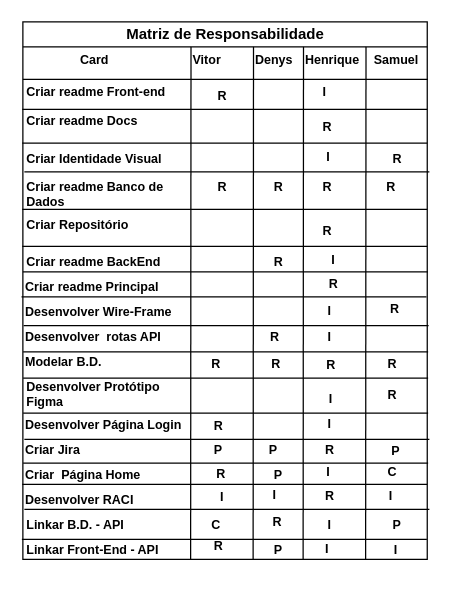
The draw.io diagram Documentation/Raci.drawio in HenriqueDeFraiaPaschoal/Projeto_Integrador_III, before the edit. Source tidied: cells renumbered, new cells numbered last; positions are measured from the earlier drawing's top-left corner, leaving out a move shared by most shapes. Both pictures are drawn from the tidied source at 125%, with x=0, y=0 at pixel (21, 21).
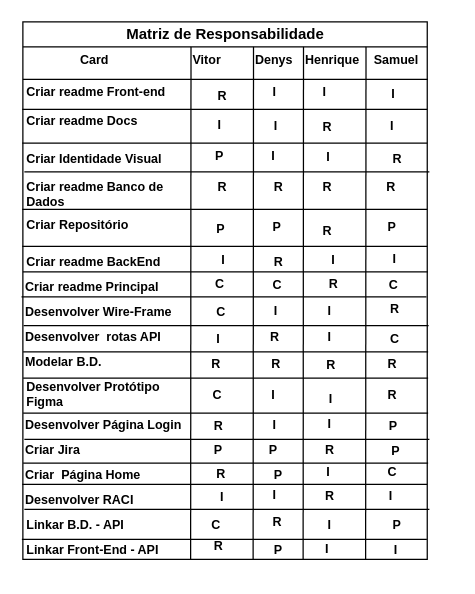
The same diagram, later.

Commit message:
<CHORE>[Updated RACI Table]: Updated Raci on changes ongoing about next responsabilities.

The change refers to these unchanged cells:
```xml
<mxCell id="2" value="&lt;font color=&quot;#000000&quot;&gt;Matriz de Responsabilidade&lt;/font&gt;" style="swimlane;whiteSpace=wrap;html=1;rotation=0;startSize=20;labelBackgroundColor=none;swimlaneFillColor=default;fillColor=default;" parent="1" vertex="1">
  <mxGeometry x="0.8" width="323.5" height="430" as="geometry" />
</mxCell>
```

Change to the diagram source:
```diff
@@
+    <mxCell id="91" value="&lt;span style=&quot;font-family: Helvetica; font-size: 10px; font-style: normal; font-variant-ligatures: normal; font-variant-caps: normal; font-weight: 700; letter-spacing: normal; orphans: 2; text-align: center; text-indent: 0px; text-transform: none; widows: 2; word-spacing: 0px; -webkit-text-stroke-width: 0px; text-decoration-thickness: initial; text-decoration-style: initial; text-decoration-color: initial; float: none; display: inline !important;&quot;&gt;P&lt;br style=&quot;font-size: 10px;&quot;&gt;&lt;/span&gt;" style="text;whiteSpace=wrap;html=1;rotation=0;fontSize=10;labelBackgroundColor=none;fillColor=none;" parent="2" vertex="1">
+      <mxGeometry x="153.2" y="153" width="15" height="20" as="geometry" />
+    </mxCell>
@@
+    <mxCell id="92" value="&lt;span style=&quot;font-family: Helvetica; font-size: 10px; font-style: normal; font-variant-ligatures: normal; font-variant-caps: normal; font-weight: 700; letter-spacing: normal; orphans: 2; text-align: center; text-indent: 0px; text-transform: none; widows: 2; word-spacing: 0px; -webkit-text-stroke-width: 0px; text-decoration-thickness: initial; text-decoration-style: initial; text-decoration-color: initial; float: none; display: inline !important;&quot;&gt;P&lt;br style=&quot;font-size: 10px;&quot;&gt;&lt;/span&gt;" style="text;whiteSpace=wrap;html=1;rotation=0;fontSize=10;labelBackgroundColor=none;fillColor=none;" parent="1" vertex="1">
+      <mxGeometry x="292" y="311" width="15" height="20" as="geometry" />
+    </mxCell>
+    <mxCell id="93" value="&lt;span style=&quot;font-family: Helvetica; font-size: 10px; font-style: normal; font-variant-ligatures: normal; font-variant-caps: normal; font-weight: 700; letter-spacing: normal; orphans: 2; text-align: center; text-indent: 0px; text-transform: none; widows: 2; word-spacing: 0px; -webkit-text-stroke-width: 0px; text-decoration-thickness: initial; text-decoration-style: initial; text-decoration-color: initial; float: none; display: inline !important;&quot;&gt;I&lt;br style=&quot;font-size: 10px;&quot;&gt;&lt;/span&gt;" style="text;whiteSpace=wrap;html=1;rotation=0;fontSize=10;labelBackgroundColor=none;fillColor=none;" parent="1" vertex="1">
+      <mxGeometry x="199" y="310" width="15" height="20" as="geometry" />
+    </mxCell>
+    <mxCell id="94" value="&lt;span style=&quot;font-family: Helvetica; font-size: 10px; font-style: normal; font-variant-ligatures: normal; font-variant-caps: normal; font-weight: 700; letter-spacing: normal; orphans: 2; text-align: center; text-indent: 0px; text-transform: none; widows: 2; word-spacing: 0px; -webkit-text-stroke-width: 0px; text-decoration-thickness: initial; text-decoration-style: initial; text-decoration-color: initial; float: none; display: inline !important;&quot;&gt;I&lt;br style=&quot;font-size: 10px;&quot;&gt;&lt;/span&gt;" style="text;whiteSpace=wrap;html=1;rotation=0;fontSize=10;labelBackgroundColor=none;fillColor=none;" parent="1" vertex="1">
+      <mxGeometry x="198" y="286" width="15" height="20" as="geometry" />
+    </mxCell>
+    <mxCell id="95" value="&lt;span style=&quot;font-family: Helvetica; font-size: 10px; font-style: normal; font-variant-ligatures: normal; font-variant-caps: normal; font-weight: 700; letter-spacing: normal; orphans: 2; text-align: center; text-indent: 0px; text-transform: none; widows: 2; word-spacing: 0px; -webkit-text-stroke-width: 0px; text-decoration-thickness: initial; text-decoration-style: initial; text-decoration-color: initial; float: none; display: inline !important;&quot;&gt;C&lt;br style=&quot;font-size: 10px;&quot;&gt;&lt;/span&gt;" style="text;whiteSpace=wrap;html=1;rotation=0;fontSize=10;labelBackgroundColor=none;fillColor=none;" parent="1" vertex="1">
+      <mxGeometry x="151" y="286" width="15" height="20" as="geometry" />
+    </mxCell>
+    <mxCell id="96" value="&lt;span style=&quot;font-family: Helvetica; font-size: 10px; font-style: normal; font-variant-ligatures: normal; font-variant-caps: normal; font-weight: 700; letter-spacing: normal; orphans: 2; text-align: center; text-indent: 0px; text-transform: none; widows: 2; word-spacing: 0px; -webkit-text-stroke-width: 0px; text-decoration-thickness: initial; text-decoration-style: initial; text-decoration-color: initial; float: none; display: inline !important;&quot;&gt;C&lt;br style=&quot;font-size: 10px;&quot;&gt;&lt;/span&gt;" style="text;whiteSpace=wrap;html=1;rotation=0;fontSize=10;labelBackgroundColor=none;fillColor=none;" parent="1" vertex="1">
+      <mxGeometry x="293" y="241" width="15" height="20" as="geometry" />
+    </mxCell>
+    <mxCell id="97" value="&lt;span style=&quot;font-family: Helvetica; font-size: 10px; font-style: normal; font-variant-ligatures: normal; font-variant-caps: normal; font-weight: 700; letter-spacing: normal; orphans: 2; text-align: center; text-indent: 0px; text-transform: none; widows: 2; word-spacing: 0px; -webkit-text-stroke-width: 0px; text-decoration-thickness: initial; text-decoration-style: initial; text-decoration-color: initial; float: none; display: inline !important;&quot;&gt;I&lt;br style=&quot;font-size: 10px;&quot;&gt;&lt;/span&gt;" style="text;whiteSpace=wrap;html=1;rotation=0;fontSize=10;labelBackgroundColor=none;fillColor=none;" parent="1" vertex="1">
+      <mxGeometry x="154" y="241" width="15" height="20" as="geometry" />
+    </mxCell>
+    <mxCell id="98" value="&lt;span style=&quot;font-family: Helvetica; font-size: 10px; font-style: normal; font-variant-ligatures: normal; font-variant-caps: normal; font-weight: 700; letter-spacing: normal; orphans: 2; text-align: center; text-indent: 0px; text-transform: none; widows: 2; word-spacing: 0px; -webkit-text-stroke-width: 0px; text-decoration-thickness: initial; text-decoration-style: initial; text-decoration-color: initial; float: none; display: inline !important;&quot;&gt;P&lt;br style=&quot;font-size: 10px;&quot;&gt;&lt;/span&gt;" style="text;whiteSpace=wrap;html=1;rotation=0;fontSize=10;labelBackgroundColor=none;fillColor=none;" parent="1" vertex="1">
+      <mxGeometry x="199" y="152" width="15" height="20" as="geometry" />
+    </mxCell>
+    <mxCell id="99" value="&lt;span style=&quot;font-family: Helvetica; font-size: 10px; font-style: normal; font-variant-ligatures: normal; font-variant-caps: normal; font-weight: 700; letter-spacing: normal; orphans: 2; text-align: center; text-indent: 0px; text-transform: none; widows: 2; word-spacing: 0px; -webkit-text-stroke-width: 0px; text-decoration-thickness: initial; text-decoration-style: initial; text-decoration-color: initial; float: none; display: inline !important;&quot;&gt;P&lt;br style=&quot;font-size: 10px;&quot;&gt;&lt;/span&gt;" style="text;whiteSpace=wrap;html=1;rotation=0;fontSize=10;labelBackgroundColor=none;fillColor=none;" parent="1" vertex="1">
+      <mxGeometry x="291" y="152" width="15" height="20" as="geometry" />
+    </mxCell>
+    <mxCell id="100" value="&lt;span style=&quot;font-family: Helvetica; font-size: 10px; font-style: normal; font-variant-ligatures: normal; font-variant-caps: normal; font-weight: 700; letter-spacing: normal; orphans: 2; text-align: center; text-indent: 0px; text-transform: none; widows: 2; word-spacing: 0px; -webkit-text-stroke-width: 0px; text-decoration-thickness: initial; text-decoration-style: initial; text-decoration-color: initial; float: none; display: inline !important;&quot;&gt;C&lt;br style=&quot;font-size: 10px;&quot;&gt;&lt;/span&gt;" style="text;whiteSpace=wrap;html=1;rotation=0;fontSize=10;labelBackgroundColor=none;fillColor=none;" parent="1" vertex="1">
+      <mxGeometry x="153" y="197" width="15" height="20" as="geometry" />
+    </mxCell>
+    <mxCell id="101" value="&lt;span style=&quot;font-family: Helvetica; font-size: 10px; font-style: normal; font-variant-ligatures: normal; font-variant-caps: normal; font-weight: 700; letter-spacing: normal; orphans: 2; text-align: center; text-indent: 0px; text-transform: none; widows: 2; word-spacing: 0px; -webkit-text-stroke-width: 0px; text-decoration-thickness: initial; text-decoration-style: initial; text-decoration-color: initial; float: none; display: inline !important;&quot;&gt;C&lt;br style=&quot;font-size: 10px;&quot;&gt;&lt;/span&gt;" style="text;whiteSpace=wrap;html=1;rotation=0;fontSize=10;labelBackgroundColor=none;fillColor=none;" parent="1" vertex="1">
+      <mxGeometry x="199" y="198" width="15" height="20" as="geometry" />
+    </mxCell>
+    <mxCell id="102" value="&lt;span style=&quot;font-family: Helvetica; font-size: 10px; font-style: normal; font-variant-ligatures: normal; font-variant-caps: normal; font-weight: 700; letter-spacing: normal; orphans: 2; text-align: center; text-indent: 0px; text-transform: none; widows: 2; word-spacing: 0px; -webkit-text-stroke-width: 0px; text-decoration-thickness: initial; text-decoration-style: initial; text-decoration-color: initial; float: none; display: inline !important;&quot;&gt;C&lt;br style=&quot;font-size: 10px;&quot;&gt;&lt;/span&gt;" style="text;whiteSpace=wrap;html=1;rotation=0;fontSize=10;labelBackgroundColor=none;fillColor=none;" parent="1" vertex="1">
+      <mxGeometry x="292" y="198" width="15" height="20" as="geometry" />
+    </mxCell>
+    <mxCell id="103" value="&lt;span style=&quot;font-family: Helvetica; font-size: 10px; font-style: normal; font-variant-ligatures: normal; font-variant-caps: normal; font-weight: 700; letter-spacing: normal; orphans: 2; text-align: center; text-indent: 0px; text-transform: none; widows: 2; word-spacing: 0px; -webkit-text-stroke-width: 0px; text-decoration-thickness: initial; text-decoration-style: initial; text-decoration-color: initial; float: none; display: inline !important;&quot;&gt;C&lt;br style=&quot;font-size: 10px;&quot;&gt;&lt;/span&gt;" style="text;whiteSpace=wrap;html=1;rotation=0;fontSize=10;labelBackgroundColor=none;fillColor=none;" parent="1" vertex="1">
+      <mxGeometry x="154" y="220" width="15" height="20" as="geometry" />
+    </mxCell>
+    <mxCell id="104" value="&lt;span style=&quot;font-family: Helvetica; font-size: 10px; font-style: normal; font-variant-ligatures: normal; font-variant-caps: normal; font-weight: 700; letter-spacing: normal; orphans: 2; text-align: center; text-indent: 0px; text-transform: none; widows: 2; word-spacing: 0px; -webkit-text-stroke-width: 0px; text-decoration-thickness: initial; text-decoration-style: initial; text-decoration-color: initial; float: none; display: inline !important;&quot;&gt;I&lt;br style=&quot;font-size: 10px;&quot;&gt;&lt;/span&gt;" style="text;whiteSpace=wrap;html=1;rotation=0;fontSize=10;labelBackgroundColor=none;fillColor=none;" parent="1" vertex="1">
+      <mxGeometry x="200" y="219" width="15" height="20" as="geometry" />
+    </mxCell>
+    <mxCell id="105" value="&lt;span style=&quot;font-family: Helvetica; font-size: 10px; font-style: normal; font-variant-ligatures: normal; font-variant-caps: normal; font-weight: 700; letter-spacing: normal; orphans: 2; text-align: center; text-indent: 0px; text-transform: none; widows: 2; word-spacing: 0px; -webkit-text-stroke-width: 0px; text-decoration-thickness: initial; text-decoration-style: initial; text-decoration-color: initial; float: none; display: inline !important;&quot;&gt;I&lt;br style=&quot;font-size: 10px;&quot;&gt;&lt;/span&gt;" style="text;whiteSpace=wrap;html=1;rotation=0;fontSize=10;labelBackgroundColor=none;fillColor=none;" parent="1" vertex="1">
+      <mxGeometry x="158" y="178" width="15" height="20" as="geometry" />
+    </mxCell>
+    <mxCell id="106" value="&lt;span style=&quot;font-family: Helvetica; font-size: 10px; font-style: normal; font-variant-ligatures: normal; font-variant-caps: normal; font-weight: 700; letter-spacing: normal; orphans: 2; text-align: center; text-indent: 0px; text-transform: none; widows: 2; word-spacing: 0px; -webkit-text-stroke-width: 0px; text-decoration-thickness: initial; text-decoration-style: initial; text-decoration-color: initial; float: none; display: inline !important;&quot;&gt;I&lt;br style=&quot;font-size: 10px;&quot;&gt;&lt;/span&gt;" style="text;whiteSpace=wrap;html=1;rotation=0;fontSize=10;labelBackgroundColor=none;fillColor=none;" parent="1" vertex="1">
+      <mxGeometry x="295" y="177" width="15" height="20" as="geometry" />
+    </mxCell>
+    <mxCell id="107" value="&lt;span style=&quot;font-family: Helvetica; font-size: 10px; font-style: normal; font-variant-ligatures: normal; font-variant-caps: normal; font-weight: 700; letter-spacing: normal; orphans: 2; text-align: center; text-indent: 0px; text-transform: none; widows: 2; word-spacing: 0px; -webkit-text-stroke-width: 0px; text-decoration-thickness: initial; text-decoration-style: initial; text-decoration-color: initial; float: none; display: inline !important;&quot;&gt;I&lt;br style=&quot;font-size: 10px;&quot;&gt;&lt;/span&gt;" style="text;whiteSpace=wrap;html=1;rotation=0;fontSize=10;labelBackgroundColor=none;fillColor=none;" parent="1" vertex="1">
+      <mxGeometry x="198" y="95" width="15" height="20" as="geometry" />
+    </mxCell>
+    <mxCell id="108" value="&lt;span style=&quot;font-family: Helvetica; font-size: 10px; font-style: normal; font-variant-ligatures: normal; font-variant-caps: normal; font-weight: 700; letter-spacing: normal; orphans: 2; text-align: center; text-indent: 0px; text-transform: none; widows: 2; word-spacing: 0px; -webkit-text-stroke-width: 0px; text-decoration-thickness: initial; text-decoration-style: initial; text-decoration-color: initial; float: none; display: inline !important;&quot;&gt;P&lt;br style=&quot;font-size: 10px;&quot;&gt;&lt;/span&gt;" style="text;whiteSpace=wrap;html=1;rotation=0;fontSize=10;labelBackgroundColor=none;fillColor=none;" parent="1" vertex="1">
+      <mxGeometry x="153" y="95" width="15" height="20" as="geometry" />
+    </mxCell>
+    <mxCell id="109" value="&lt;span style=&quot;font-family: Helvetica; font-size: 10px; font-style: normal; font-variant-ligatures: normal; font-variant-caps: normal; font-weight: 700; letter-spacing: normal; orphans: 2; text-align: center; text-indent: 0px; text-transform: none; widows: 2; word-spacing: 0px; -webkit-text-stroke-width: 0px; text-decoration-thickness: initial; text-decoration-style: initial; text-decoration-color: initial; float: none; display: inline !important;&quot;&gt;I&lt;br style=&quot;font-size: 10px;&quot;&gt;&lt;/span&gt;" style="text;whiteSpace=wrap;html=1;rotation=0;fontSize=10;labelBackgroundColor=none;fillColor=none;" parent="1" vertex="1">
+      <mxGeometry x="155" y="70" width="15" height="20" as="geometry" />
+    </mxCell>
+    <mxCell id="110" value="&lt;span style=&quot;font-family: Helvetica; font-size: 10px; font-style: normal; font-variant-ligatures: normal; font-variant-caps: normal; font-weight: 700; letter-spacing: normal; orphans: 2; text-align: center; text-indent: 0px; text-transform: none; widows: 2; word-spacing: 0px; -webkit-text-stroke-width: 0px; text-decoration-thickness: initial; text-decoration-style: initial; text-decoration-color: initial; float: none; display: inline !important;&quot;&gt;I&lt;br style=&quot;font-size: 10px;&quot;&gt;&lt;/span&gt;" style="text;whiteSpace=wrap;html=1;rotation=0;fontSize=10;labelBackgroundColor=none;fillColor=none;" parent="1" vertex="1">
+      <mxGeometry x="200" y="71" width="15" height="20" as="geometry" />
+    </mxCell>
+    <mxCell id="111" value="&lt;span style=&quot;font-family: Helvetica; font-size: 10px; font-style: normal; font-variant-ligatures: normal; font-variant-caps: normal; font-weight: 700; letter-spacing: normal; orphans: 2; text-align: center; text-indent: 0px; text-transform: none; widows: 2; word-spacing: 0px; -webkit-text-stroke-width: 0px; text-decoration-thickness: initial; text-decoration-style: initial; text-decoration-color: initial; float: none; display: inline !important;&quot;&gt;I&lt;br style=&quot;font-size: 10px;&quot;&gt;&lt;/span&gt;" style="text;whiteSpace=wrap;html=1;rotation=0;fontSize=10;labelBackgroundColor=none;fillColor=none;" parent="1" vertex="1">
+      <mxGeometry x="293" y="71" width="15" height="20" as="geometry" />
+    </mxCell>
+    <mxCell id="112" value="&lt;span style=&quot;font-family: Helvetica; font-size: 10px; font-style: normal; font-variant-ligatures: normal; font-variant-caps: normal; font-weight: 700; letter-spacing: normal; orphans: 2; text-align: center; text-indent: 0px; text-transform: none; widows: 2; word-spacing: 0px; -webkit-text-stroke-width: 0px; text-decoration-thickness: initial; text-decoration-style: initial; text-decoration-color: initial; float: none; display: inline !important;&quot;&gt;I&lt;br style=&quot;font-size: 10px;&quot;&gt;&lt;/span&gt;" style="text;whiteSpace=wrap;html=1;rotation=0;fontSize=10;labelBackgroundColor=none;fillColor=none;" parent="1" vertex="1">
+      <mxGeometry x="294" y="45" width="15" height="20" as="geometry" />
+    </mxCell>
+    <mxCell id="113" value="&lt;span style=&quot;font-family: Helvetica; font-size: 10px; font-style: normal; font-variant-ligatures: normal; font-variant-caps: normal; font-weight: 700; letter-spacing: normal; orphans: 2; text-align: center; text-indent: 0px; text-transform: none; widows: 2; word-spacing: 0px; -webkit-text-stroke-width: 0px; text-decoration-thickness: initial; text-decoration-style: initial; text-decoration-color: initial; float: none; display: inline !important;&quot;&gt;I&lt;br style=&quot;font-size: 10px;&quot;&gt;&lt;/span&gt;" style="text;whiteSpace=wrap;html=1;rotation=0;fontSize=10;labelBackgroundColor=none;fillColor=none;" parent="1" vertex="1">
+      <mxGeometry x="199" y="44" width="15" height="20" as="geometry" />
+    </mxCell>
```
